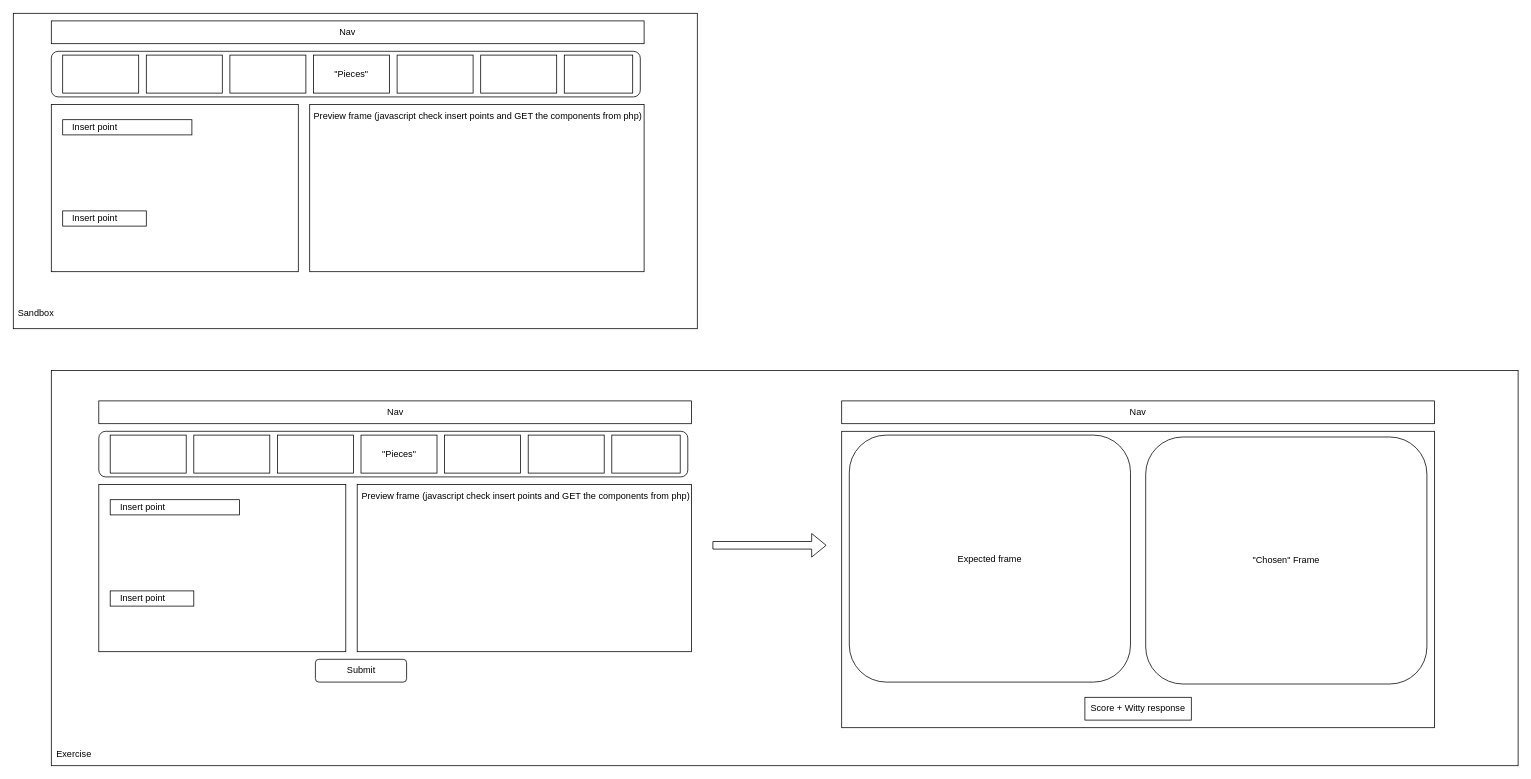
This is drawio/Ideas.drawio from Ascynx/php-snippet_base, a draw.io file, before an edit. Source tidied: cells renumbered, new cells numbered last; positions are measured from the earlier drawing's top-left corner, leaving out a move shared by most shapes. Both pictures are drawn from the tidied source at 76%, with x=0, y=0 at pixel (13, 13).
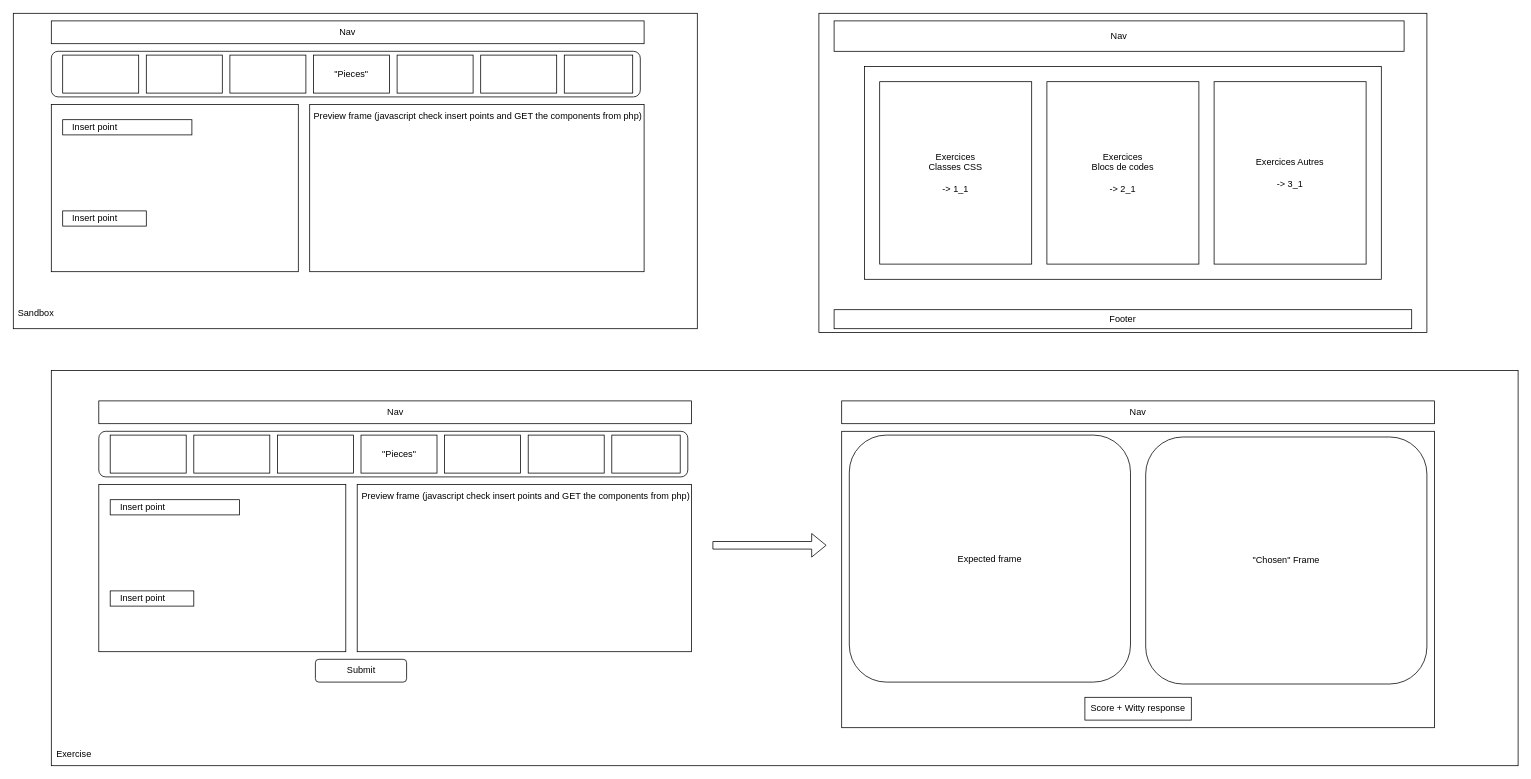
The same page after the edit.

Diff of the diagram source:
```diff
@@
+    <mxCell id="63" style="group;" parent="1" vertex="1">
+      <mxGeometry x="1060" width="800" height="420" as="geometry" />
+    </mxCell>
+    <mxCell id="64" style="rounded=0;whiteSpace=wrap;html=1;fillColor=none;" parent="63" vertex="1">
+      <mxGeometry width="800" height="420" as="geometry" />
+    </mxCell>
+    <mxCell id="65" value="Nav" style="rounded=0;whiteSpace=wrap;html=1;" parent="63" vertex="1">
+      <mxGeometry x="20" y="10" width="750" height="40" as="geometry" />
+    </mxCell>
+    <mxCell id="66" style="group;" parent="63" vertex="1">
+      <mxGeometry x="60" y="70" width="680" height="280" as="geometry" />
+    </mxCell>
+    <mxCell id="67" style="rounded=0;whiteSpace=wrap;html=1;" parent="66" vertex="1">
+      <mxGeometry width="680" height="280" as="geometry" />
+    </mxCell>
+    <mxCell id="68" value="&lt;div&gt;Exercices&lt;/div&gt;Classes CSS&lt;div&gt;&lt;br&gt;&lt;/div&gt;&lt;div&gt;-&amp;gt; 1_1&lt;/div&gt;" style="rounded=0;whiteSpace=wrap;html=1;" parent="66" vertex="1">
+      <mxGeometry x="20" y="20" width="200" height="240" as="geometry" />
+    </mxCell>
+    <mxCell id="69" value="Exercices&lt;div&gt;Blocs de codes&lt;/div&gt;&lt;div&gt;&lt;br&gt;&lt;/div&gt;&lt;div&gt;-&amp;gt; 2_1&lt;/div&gt;" style="rounded=0;whiteSpace=wrap;html=1;" parent="66" vertex="1">
+      <mxGeometry x="240" y="20" width="200" height="240" as="geometry" />
+    </mxCell>
+    <mxCell id="70" value="Exercices Autres&lt;div&gt;&lt;br&gt;&lt;/div&gt;&lt;div&gt;-&amp;gt; 3_1&lt;/div&gt;" style="rounded=0;whiteSpace=wrap;html=1;" parent="66" vertex="1">
+      <mxGeometry x="460" y="20" width="200" height="240" as="geometry" />
+    </mxCell>
+    <mxCell id="71" value="Footer" style="rounded=0;whiteSpace=wrap;html=1;" parent="63" vertex="1">
+      <mxGeometry x="20" y="390" width="760" height="25" as="geometry" />
+    </mxCell>
```
